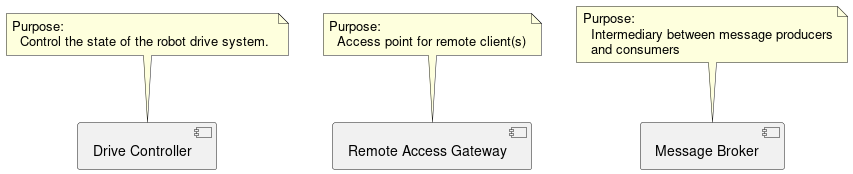
The-Arkitekt/the-robot keeps this PlantUML diagram as design/components.png. Above is the earlier version.
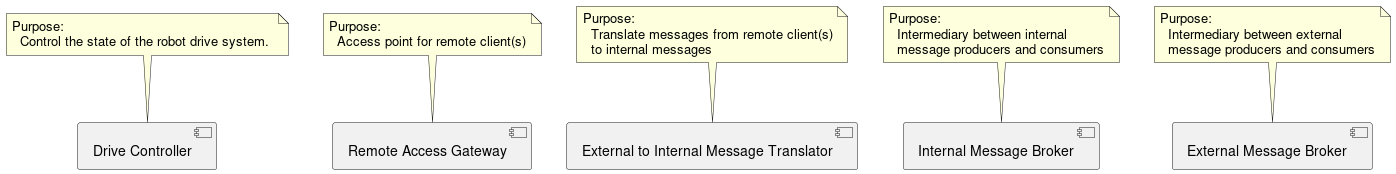
The same diagram one commit later.

Commit message:
updated flow diagram, need to update components to match

What changed in the source:
```diff
@@ -18,12 +18,33 @@
 end note
 
 
-[Message Broker] as MB
 
-note top of MB
+[External to Internal Message Translator] as EIMT
+
+note top of EIMT
   Purpose:
-    Intermediary between message producers
-    and consumers
+    Translate messages from remote client(s)
+    to internal messages
 end note
 
+
+[Internal Message Broker] as IMB
+
+note top of IMB
+  Purpose:
+    Intermediary between internal
+    message producers and consumers
+end note
+
+
+[External Message Broker] as EMB
+
+note top of EMB
+ Purpose:
+   Intermediary between external
+   message producers and consumers
+end note
+
+
+
 @enduml
```
